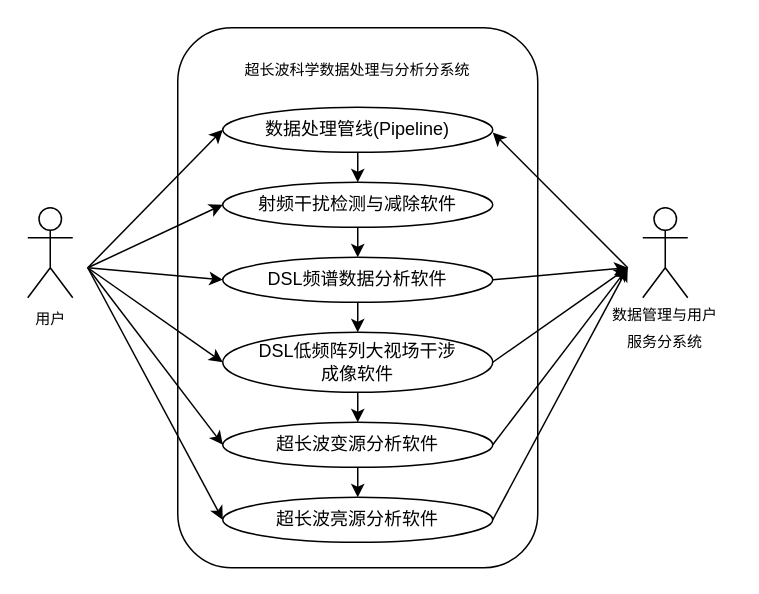
This is Untitled Diagram.drawio from zuoshifan/draw_io_diagrams, a draw.io file, before an edit. Source tidied: cells renumbered, new cells numbered last; positions are measured from the earlier drawing's top-left corner, leaving out a move shared by most shapes. Both pictures are drawn from the tidied source at 150%, with x=0, y=0 at pixel (27, 27).
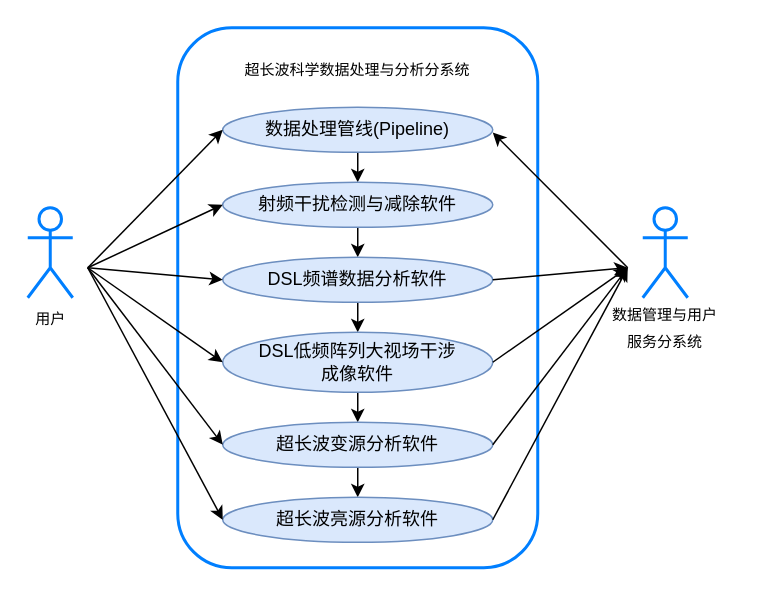
The same diagram, later.

The edit, as a diff of the source:
```diff
@@
-    <mxCell id="2" value="&lt;font style=&quot;font-size: 10px;&quot;&gt;用户&lt;/font&gt;" style="shape=umlActor;verticalLabelPosition=bottom;verticalAlign=top;html=1;" parent="1" vertex="1">
+    <mxCell id="2" value="&lt;font style=&quot;font-size: 10px;&quot;&gt;用户&lt;/font&gt;" style="shape=umlActor;verticalLabelPosition=bottom;verticalAlign=top;html=1;fillColor=none;strokeColor=#007FFF;strokeWidth=2;" parent="1" vertex="1">
       <mxGeometry y="120" width="30" height="60" as="geometry" />
     </mxCell>
-    <mxCell id="3" style="rounded=1;whiteSpace=wrap;html=1;" parent="1" vertex="1">
+    <mxCell id="3" style="rounded=1;whiteSpace=wrap;html=1;fillColor=none;strokeColor=#007FFF;strokeWidth=2;" parent="1" vertex="1">
       <mxGeometry x="100" width="240" height="360" as="geometry" />
     </mxCell>
@@
-    <mxCell id="6" value="数据处理管线(Pipeline)" style="ellipse;whiteSpace=wrap;html=1;" parent="1" vertex="1">
+    <mxCell id="6" value="数据处理管线(Pipeline)" style="ellipse;whiteSpace=wrap;html=1;fillColor=#dae8fc;strokeColor=#6c8ebf;" parent="1" vertex="1">
       <mxGeometry x="130" y="53" width="180" height="30" as="geometry" />
     </mxCell>
@@
-    <mxCell id="8" value="射频干扰检测与减除软件" style="ellipse;whiteSpace=wrap;html=1;" parent="1" vertex="1">
+    <mxCell id="8" value="射频干扰检测与减除软件" style="ellipse;whiteSpace=wrap;html=1;fillColor=#dae8fc;strokeColor=#6c8ebf;" parent="1" vertex="1">
       <mxGeometry x="130" y="103" width="180" height="30" as="geometry" />
     </mxCell>
@@
-    <mxCell id="10" value="DSL频谱数据分析软件" style="ellipse;whiteSpace=wrap;html=1;" parent="1" vertex="1">
+    <mxCell id="10" value="DSL频谱数据分析软件" style="ellipse;whiteSpace=wrap;html=1;fillColor=#dae8fc;strokeColor=#6c8ebf;" parent="1" vertex="1">
       <mxGeometry x="130" y="153" width="180" height="30" as="geometry" />
     </mxCell>
@@
-    <mxCell id="12" value="DSL低频阵列大视场干涉&lt;div&gt;成像软件&lt;/div&gt;" style="ellipse;whiteSpace=wrap;html=1;" parent="1" vertex="1">
+    <mxCell id="12" value="DSL低频阵列大视场干涉&lt;div&gt;成像软件&lt;/div&gt;" style="ellipse;whiteSpace=wrap;html=1;fillColor=#dae8fc;strokeColor=#6c8ebf;" parent="1" vertex="1">
       <mxGeometry x="130" y="203" width="180" height="40" as="geometry" />
     </mxCell>
@@
-    <mxCell id="14" value="超长波变源分析软件" style="ellipse;whiteSpace=wrap;html=1;" parent="1" vertex="1">
+    <mxCell id="14" value="超长波变源分析软件" style="ellipse;whiteSpace=wrap;html=1;fillColor=#dae8fc;strokeColor=#6c8ebf;" parent="1" vertex="1">
       <mxGeometry x="130" y="263" width="180" height="30" as="geometry" />
     </mxCell>
-    <mxCell id="15" value="超长波亮源分析软件" style="ellipse;whiteSpace=wrap;html=1;" parent="1" vertex="1">
+    <mxCell id="15" value="超长波亮源分析软件" style="ellipse;whiteSpace=wrap;html=1;fillColor=#dae8fc;strokeColor=#6c8ebf;" parent="1" vertex="1">
       <mxGeometry x="130" y="313" width="180" height="30" as="geometry" />
     </mxCell>
-    <mxCell id="16" style="shape=umlActor;verticalLabelPosition=bottom;verticalAlign=top;html=1;" parent="1" vertex="1">
+    <mxCell id="16" style="shape=umlActor;verticalLabelPosition=bottom;verticalAlign=top;html=1;gradientColor=default;fillColor=none;strokeColor=#007FFF;strokeWidth=2;" parent="1" vertex="1">
       <mxGeometry x="410" y="120" width="30" height="60" as="geometry" />
     </mxCell>
```
